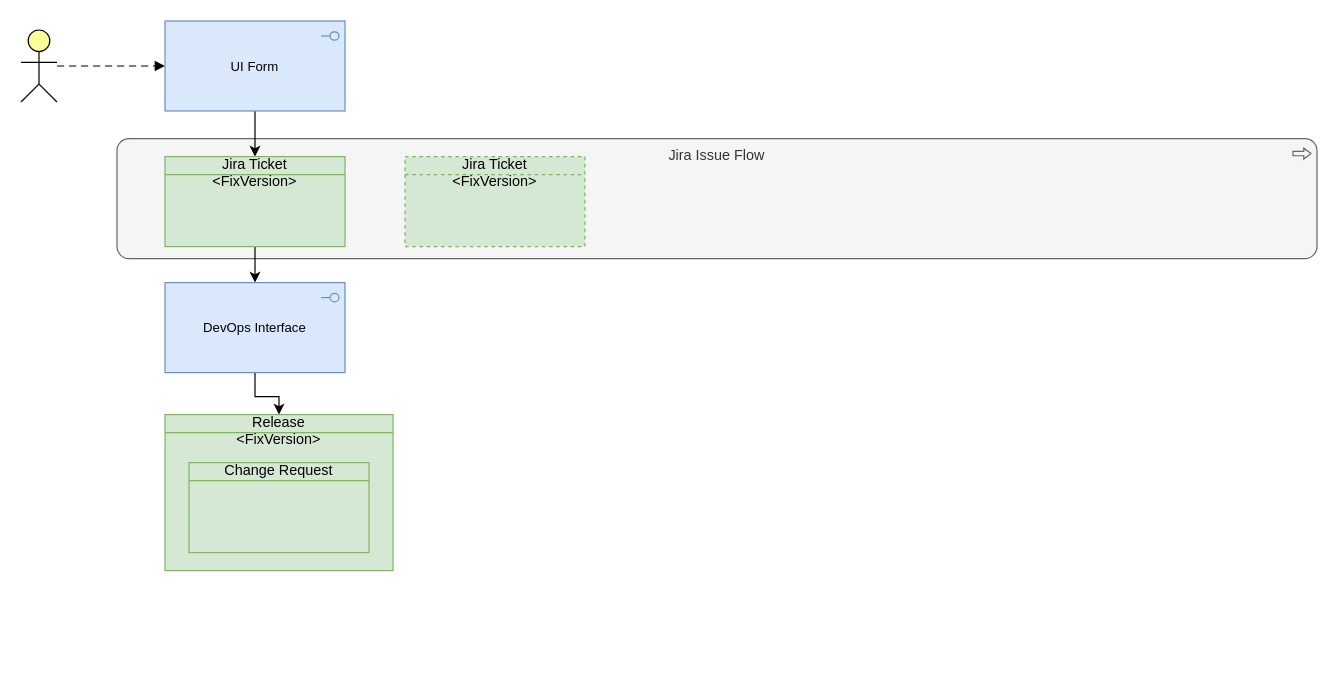
Earlier version of the draw.io diagram aldiRm.drawio (algimas/tmp). Source tidied: cells renumbered, new cells numbered last; positions are measured from the earlier drawing's top-left corner, leaving out a move shared by most shapes. Both pictures are drawn from the tidied source at 120%, with x=0, y=0 at pixel (20, 20).
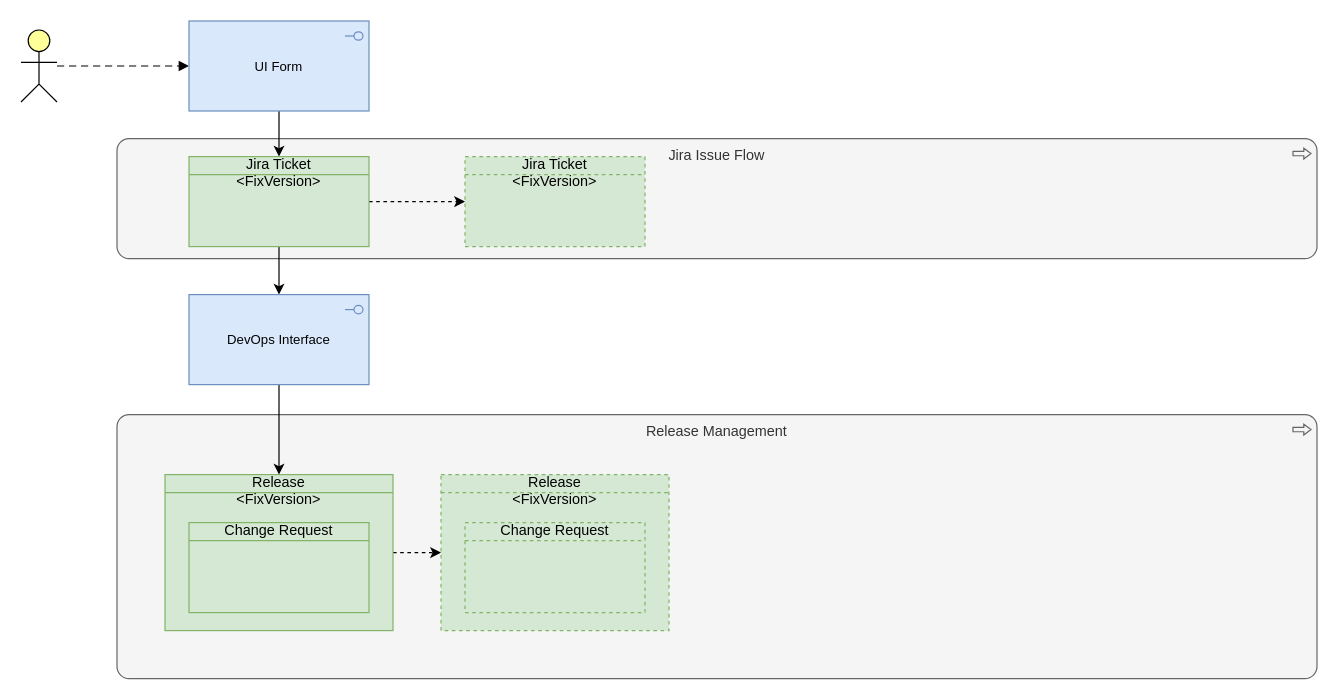
The same page after the edit.

Diff of the diagram source:
```diff
@@
 <mxGraphModel>
   <root>
     <mxCell id="0" />
     <mxCell id="1" parent="0" />
+    <mxCell id="14" value="Release Management" style="html=1;whiteSpace=wrap;fillColor=#f5f5f5;shape=mxgraph.archimate3.application;appType=proc;archiType=rounded;strokeColor=#666666;verticalAlign=top;fontColor=#333333;" parent="1" vertex="1">
+      <mxGeometry x="80" y="328" width="1000" height="220" as="geometry" />
+    </mxCell>
     <mxCell id="2" value="Jira Issue Flow" style="html=1;whiteSpace=wrap;fillColor=#f5f5f5;shape=mxgraph.archimate3.application;appType=proc;archiType=rounded;strokeColor=#666666;verticalAlign=top;fontColor=#333333;" parent="1" vertex="1">
       <mxGeometry x="80" y="98" width="1000" height="100" as="geometry" />
     </mxCell>
     <mxCell id="3" style="html=1;outlineConnect=0;whiteSpace=wrap;fillColor=#ffff99;verticalLabelPosition=bottom;verticalAlign=top;align=center;shape=mxgraph.archimate3.actor;" parent="1" vertex="1">
       <mxGeometry y="7.5" width="30" height="60" as="geometry" />
     </mxCell>
     <mxCell id="4" style="html=1;endArrow=block;dashed=1;elbow=vertical;endFill=1;dashPattern=6 4;rounded=0;" parent="1" edge="1" source="3" target="6">
       <mxGeometry relative="1" as="geometry" />
     </mxCell>
     <mxCell id="5" style="edgeStyle=orthogonalEdgeStyle;rounded=0;jettySize=auto;html=1;" parent="1" edge="1" source="6" target="8">
       <mxGeometry relative="1" as="geometry" />
     </mxCell>
     <mxCell id="6" value="UI Form" style="html=1;outlineConnect=0;whiteSpace=wrap;fillColor=#dae8fc;shape=mxgraph.archimate3.application;appType=interface;archiType=square;fontSize=11;strokeColor=#6c8ebf;" parent="1" vertex="1">
-      <mxGeometry x="120" width="150" height="75" as="geometry" />
+      <mxGeometry x="140" width="150" height="75" as="geometry" />
     </mxCell>
     <mxCell id="7" style="edgeStyle=orthogonalEdgeStyle;rounded=0;jettySize=auto;html=1;" parent="1" edge="1" source="8" target="12">
       <mxGeometry relative="1" as="geometry" />
     </mxCell>
+    <mxCell id="15" style="edgeStyle=orthogonalEdgeStyle;rounded=0;jettySize=auto;html=1;dashed=1;" parent="1" edge="1" source="8" target="13">
+      <mxGeometry relative="1" as="geometry" />
+    </mxCell>
     <mxCell id="8" value="&lt;div&gt;Jira Ticket&lt;br&gt;&lt;/div&gt;&lt;div&gt;&amp;lt;FixVersion&amp;gt;&lt;/div&gt;" style="html=1;outlineConnect=0;whiteSpace=wrap;fillColor=#d5e8d4;shape=mxgraph.archimate3.businessObject;overflow=fill;strokeColor=#82b366;" parent="1" vertex="1">
-      <mxGeometry x="120" y="113" width="150" height="75" as="geometry" />
+      <mxGeometry x="140" y="113" width="150" height="75" as="geometry" />
     </mxCell>
+    <mxCell id="16" style="edgeStyle=orthogonalEdgeStyle;rounded=0;jettySize=auto;html=1;dashed=1;" parent="1" edge="1" source="9" target="17">
+      <mxGeometry relative="1" as="geometry" />
+    </mxCell>
     <mxCell id="9" value="&lt;div&gt;Release&lt;br&gt;&lt;/div&gt;&lt;div&gt;&amp;lt;FixVersion&amp;gt;&lt;/div&gt;" style="html=1;outlineConnect=0;whiteSpace=wrap;fillColor=#d5e8d4;shape=mxgraph.archimate3.businessObject;overflow=fill;strokeColor=#82b366;" parent="1" vertex="1">
-      <mxGeometry x="120" y="328" width="190" height="130" as="geometry" />
+      <mxGeometry x="120" y="378" width="190" height="130" as="geometry" />
     </mxCell>
     <mxCell id="10" value="&lt;div&gt;Change Request&lt;br&gt;&lt;/div&gt;&lt;div&gt;&lt;br&gt;&lt;/div&gt;" style="html=1;whiteSpace=wrap;fillColor=#d5e8d4;shape=mxgraph.archimate3.businessObject;overflow=fill;strokeColor=#82b366;" parent="1" vertex="1">
-      <mxGeometry x="140" y="368" width="150" height="75" as="geometry" />
+      <mxGeometry x="140" y="418" width="150" height="75" as="geometry" />
     </mxCell>
     <mxCell id="11" style="edgeStyle=orthogonalEdgeStyle;rounded=0;jettySize=auto;html=1;" parent="1" edge="1" source="12" target="9">
       <mxGeometry relative="1" as="geometry" />
     </mxCell>
     <mxCell id="12" value="DevOps Interface" style="html=1;outlineConnect=0;whiteSpace=wrap;fillColor=#dae8fc;shape=mxgraph.archimate3.application;appType=interface;archiType=square;fontSize=11;strokeColor=#6c8ebf;" parent="1" vertex="1">
-      <mxGeometry x="120" y="218" width="150" height="75" as="geometry" />
+      <mxGeometry x="140" y="228" width="150" height="75" as="geometry" />
     </mxCell>
     <mxCell id="13" value="&lt;div&gt;Jira Ticket&lt;br&gt;&lt;/div&gt;&lt;div&gt;&amp;lt;FixVersion&amp;gt;&lt;/div&gt;" style="html=1;outlineConnect=0;whiteSpace=wrap;fillColor=#d5e8d4;shape=mxgraph.archimate3.businessObject;overflow=fill;strokeColor=#82b366;dashed=1;" parent="1" vertex="1">
-      <mxGeometry x="320" y="113" width="150" height="75" as="geometry" />
+      <mxGeometry x="370" y="113" width="150" height="75" as="geometry" />
     </mxCell>
+    <mxCell id="17" value="&lt;div&gt;Release&lt;br&gt;&lt;/div&gt;&lt;div&gt;&amp;lt;FixVersion&amp;gt;&lt;/div&gt;" style="html=1;outlineConnect=0;whiteSpace=wrap;fillColor=#d5e8d4;shape=mxgraph.archimate3.businessObject;overflow=fill;strokeColor=#82b366;dashed=1;" parent="1" vertex="1">
+      <mxGeometry x="350" y="378" width="190" height="130" as="geometry" />
+    </mxCell>
+    <mxCell id="18" value="&lt;div&gt;Change Request&lt;br&gt;&lt;/div&gt;&lt;div&gt;&lt;br&gt;&lt;/div&gt;" style="html=1;whiteSpace=wrap;fillColor=#d5e8d4;shape=mxgraph.archimate3.businessObject;overflow=fill;strokeColor=#82b366;dashed=1;" parent="1" vertex="1">
+      <mxGeometry x="370" y="418" width="150" height="75" as="geometry" />
+    </mxCell>
   </root>
 </mxGraphModel>
```
